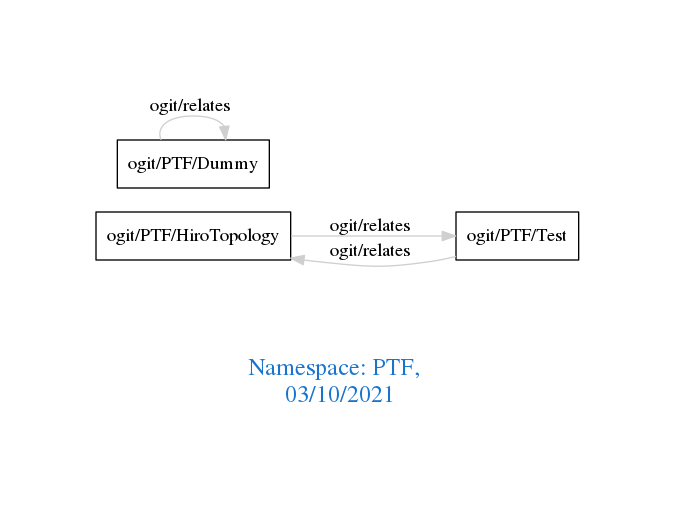
Before: downloads/PTF.png, a diagram exported from Graphviz (arago/OGIT). Its source is kept beside it as downloads/PTF.dot.
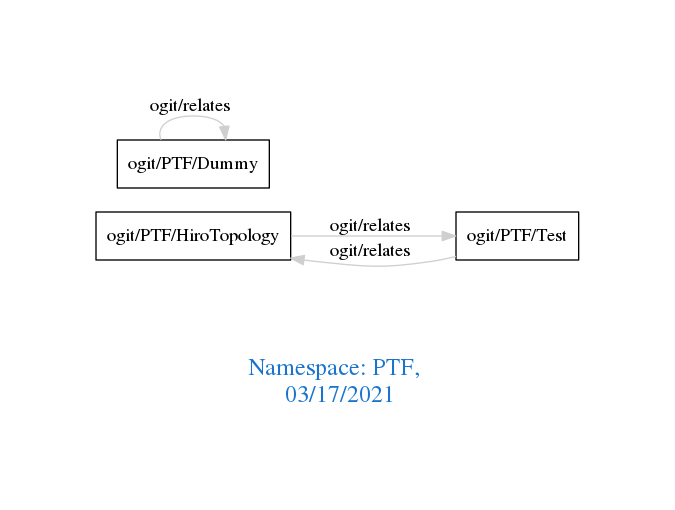
After the change.

Diff of the diagram source:
```diff
@@ -1,7 +1,7 @@
 digraph OGIT_ontology {
  graph [ rankdir= LR,pad=1
 fontsize = 18,
-fontcolor= dodgerblue3,label = "\n\n\nNamespace: PTF, \n 03/10/2021"];
+fontcolor= dodgerblue3,label = "\n\n\nNamespace: PTF, \n 03/17/2021"];
 node[shape=polygon];
 edge [  color="gray81"];
 
```
